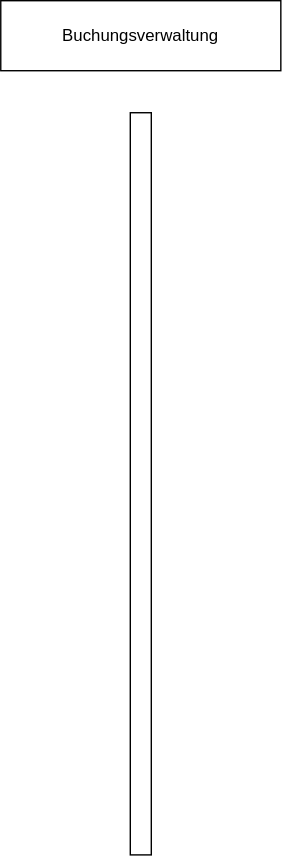
IngoGutwin/diagrams keeps this draw.io diagram as Buchungsverwaltung.drawio.svg. Above is the earlier version. Source tidied: cells renumbered, new cells last; positions are measured from the earlier drawing's top-left corner, leaving out a move shared by most shapes. Its diagram source:
```xml
<mxGraphModel>
  <root>
    <mxCell id="0" />
    <mxCell id="1" parent="0" />
    <mxCell id="2" value="Buchungsverwaltung" style="html=1;whiteSpace=wrap;" parent="1" vertex="1">
      <mxGeometry width="200" height="50" as="geometry" />
    </mxCell>
    <mxCell id="3" style="rounded=0;whiteSpace=wrap;html=1;" parent="1" vertex="1">
      <mxGeometry x="92.5" y="80" width="15" height="530" as="geometry" />
    </mxCell>
  </root>
</mxGraphModel>
```
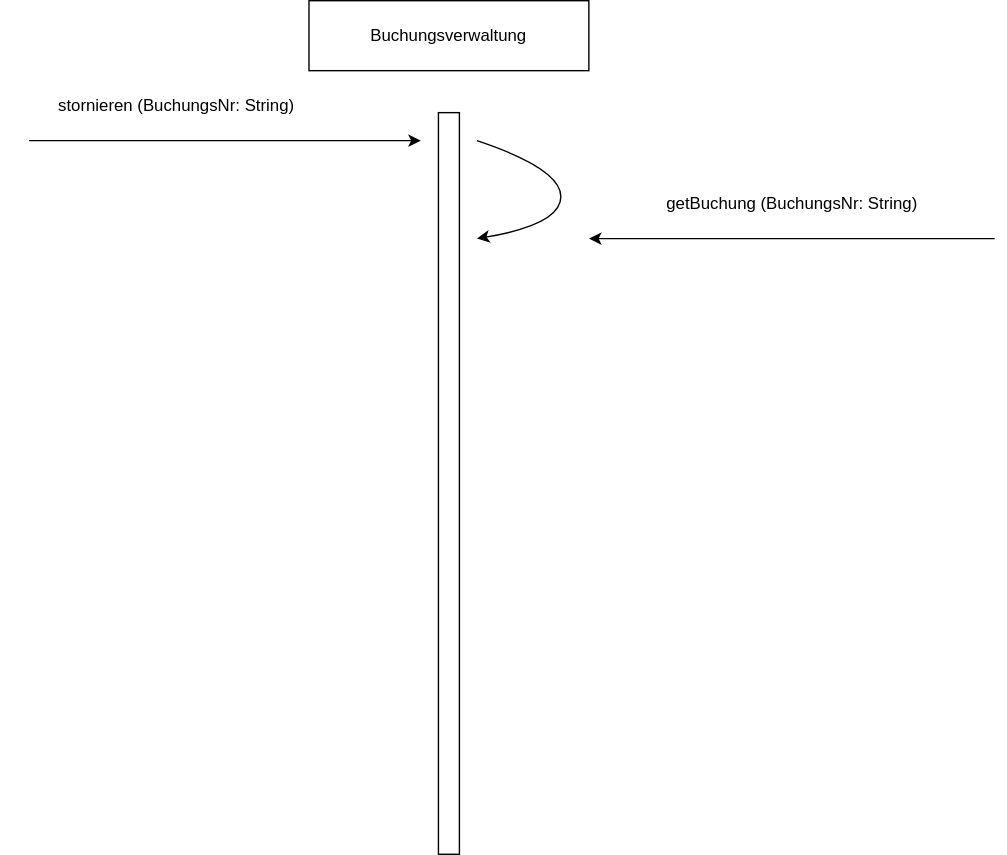
After the commit.

What changed in the source:
```diff
@@ -8,5 +8,33 @@
     <mxCell id="3" style="rounded=0;whiteSpace=wrap;html=1;" parent="1" vertex="1">
       <mxGeometry x="92.5" y="80" width="15" height="530" as="geometry" />
     </mxCell>
+    <mxCell id="4" style="endArrow=classic;html=1;rounded=0;" parent="1" edge="1">
+      <mxGeometry relative="1" as="geometry">
+        <mxPoint x="-200" y="100" as="sourcePoint" />
+        <mxPoint x="80" y="100" as="targetPoint" />
+      </mxGeometry>
+    </mxCell>
+    <mxCell id="5" value="stornieren (BuchungsNr: String)" style="text;html=1;align=center;verticalAlign=middle;strokeColor=none;fillColor=none;" parent="1" vertex="1">
+      <mxGeometry x="-220" y="60" width="250" height="30" as="geometry" />
+    </mxCell>
+    <mxCell id="6" style="curved=1;endArrow=classic;html=1;rounded=0;" parent="1" edge="1">
+      <mxGeometry relative="1" as="geometry">
+        <mxPoint x="120" y="100" as="sourcePoint" />
+        <mxPoint x="120" y="170" as="targetPoint" />
+        <Array as="points">
+          <mxPoint x="180" y="120" />
+          <mxPoint x="180" y="160" />
+        </Array>
+      </mxGeometry>
+    </mxCell>
+    <mxCell id="7" style="endArrow=classic;html=1;rounded=0;" parent="1" edge="1">
+      <mxGeometry relative="1" as="geometry">
+        <mxPoint x="490" y="170" as="sourcePoint" />
+        <mxPoint x="200" y="170" as="targetPoint" />
+      </mxGeometry>
+    </mxCell>
+    <mxCell id="8" value="getBuchung (BuchungsNr: String)" style="text;html=1;align=center;verticalAlign=middle;strokeColor=none;fillColor=none;" parent="1" vertex="1">
+      <mxGeometry x="215" y="130" width="260" height="30" as="geometry" />
+    </mxCell>
   </root>
 </mxGraphModel>
```
